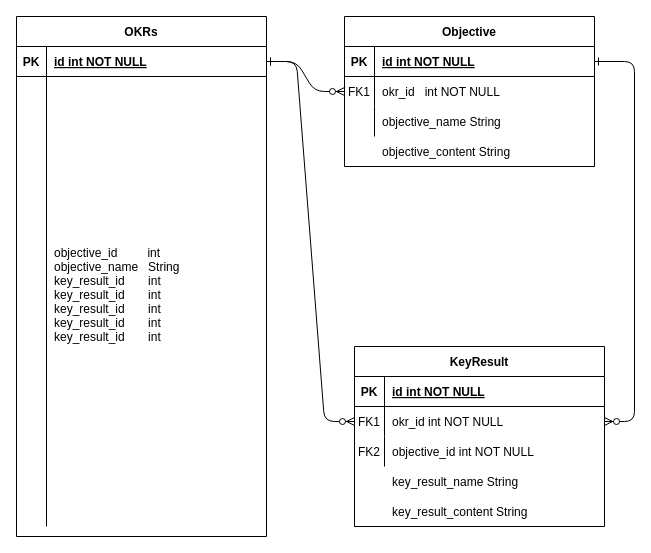
The draw.io diagram Biểu đồ không có tiêu đề.drawio in Giangphhe228/employeeManage, before the edit. Source tidied: cells renumbered, new cells numbered last; positions are measured from the earlier drawing's top-left corner, leaving out a move shared by most shapes. Both pictures are drawn from the tidied source at 100%, with x=0, y=0 at pixel (16, 16).
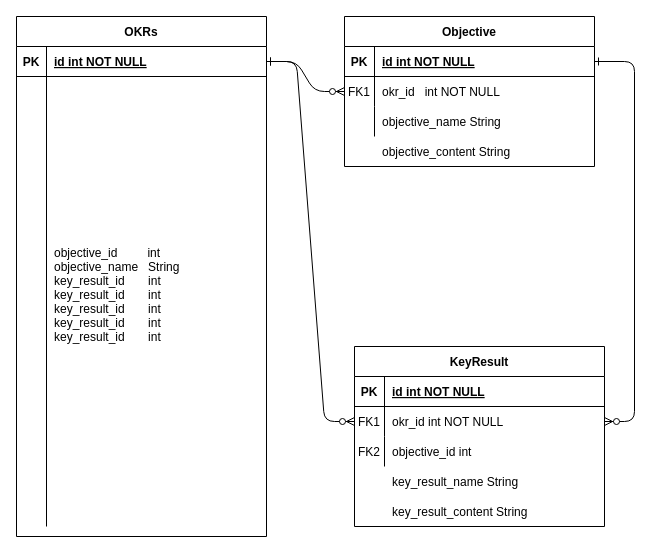
The same page after the edit.

The edit, as a diff of the source:
```diff
@@
-    <mxCell id="36" value="objective_id int NOT NULL" style="shape=partialRectangle;overflow=hidden;fillColor=none;top=0;left=0;bottom=0;right=0;align=left;spacingLeft=6;" parent="1" vertex="1">
+    <mxCell id="36" value="objective_id int" style="shape=partialRectangle;overflow=hidden;fillColor=none;top=0;left=0;bottom=0;right=0;align=left;spacingLeft=6;" parent="1" vertex="1">
       <mxGeometry x="368" y="420" width="220" height="30" as="geometry" />
     </mxCell>
```
